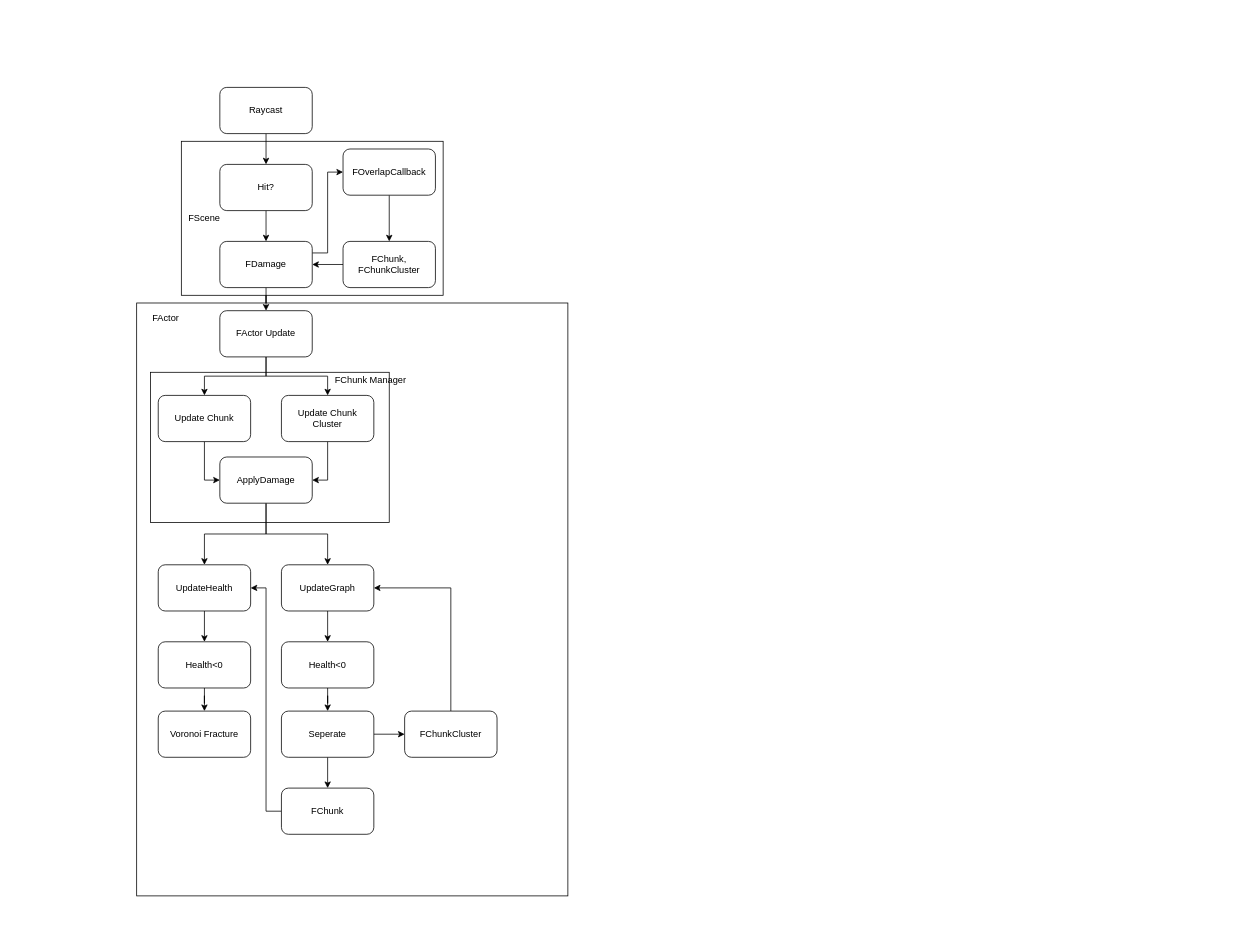
This is Diagram.drawio from hgl-pong/MyDestruction, a draw.io file, before an edit. Source tidied: cells renumbered, new cells numbered last; positions are measured from the earlier drawing's top-left corner, leaving out a move shared by most shapes. Both pictures are drawn from the tidied source at 77%, with x=0, y=0 at pixel (136, 87).
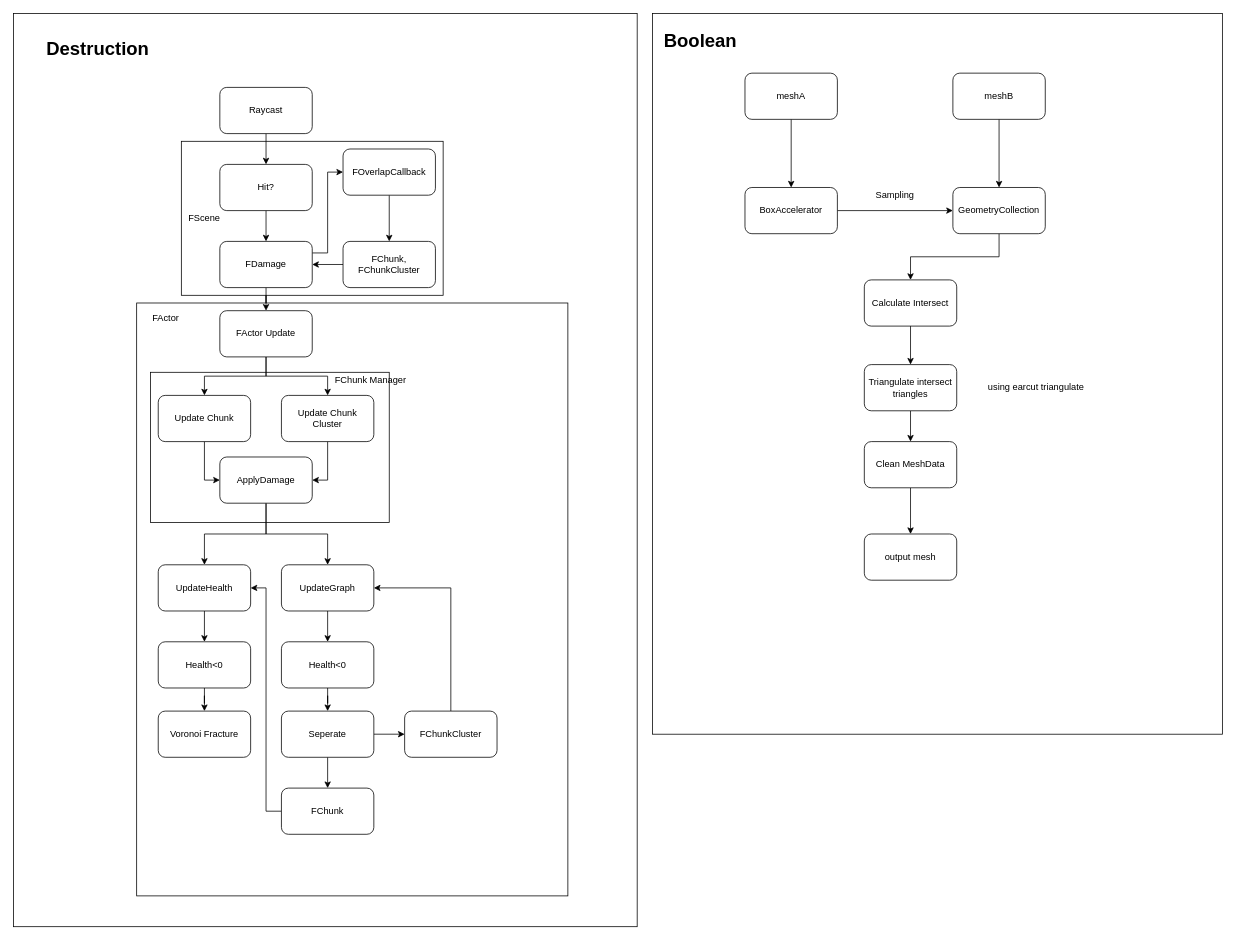
After the change.

Change to the diagram source:
```diff
@@
+    <mxCell id="45" style="rounded=0;whiteSpace=wrap;html=1;" parent="1" vertex="1">
+      <mxGeometry x="-160" y="-96" width="810" height="1186" as="geometry" />
+    </mxCell>
@@
+    <mxCell id="46" value="&lt;h1&gt;Destruction&lt;/h1&gt;" style="text;html=1;strokeColor=none;fillColor=none;spacing=5;spacingTop=-20;whiteSpace=wrap;overflow=hidden;rounded=0;" parent="1" vertex="1">
+      <mxGeometry x="-122" y="-70" width="190" height="120" as="geometry" />
+    </mxCell>
+    <mxCell id="47" style="rounded=0;whiteSpace=wrap;html=1;" parent="1" vertex="1">
+      <mxGeometry x="670" y="-96" width="740" height="936" as="geometry" />
+    </mxCell>
+    <mxCell id="48" value="&lt;h1&gt;Boolean&lt;/h1&gt;" style="text;html=1;strokeColor=none;fillColor=none;spacing=5;spacingTop=-20;whiteSpace=wrap;overflow=hidden;rounded=0;" parent="1" vertex="1">
+      <mxGeometry x="680" y="-80" width="190" height="120" as="geometry" />
+    </mxCell>
+    <mxCell id="49" style="edgeStyle=orthogonalEdgeStyle;rounded=0;jettySize=auto;html=1;exitX=0.5;exitY=1;exitDx=0;exitDy=0;entryX=0.5;entryY=0;entryDx=0;entryDy=0;" parent="1" edge="1" source="50" target="54">
+      <mxGeometry relative="1" as="geometry" />
+    </mxCell>
+    <mxCell id="50" value="meshA" style="rounded=1;whiteSpace=wrap;html=1;" parent="1" vertex="1">
+      <mxGeometry x="790" y="-18.5" width="120" height="60" as="geometry" />
+    </mxCell>
+    <mxCell id="51" style="edgeStyle=orthogonalEdgeStyle;rounded=0;jettySize=auto;html=1;" parent="1" edge="1" source="52" target="56">
+      <mxGeometry relative="1" as="geometry" />
+    </mxCell>
+    <mxCell id="52" value="meshB" style="rounded=1;whiteSpace=wrap;html=1;" parent="1" vertex="1">
+      <mxGeometry x="1060" y="-18.5" width="120" height="60" as="geometry" />
+    </mxCell>
+    <mxCell id="53" style="edgeStyle=orthogonalEdgeStyle;rounded=0;jettySize=auto;html=1;" parent="1" edge="1" source="54" target="56">
+      <mxGeometry relative="1" as="geometry" />
+    </mxCell>
+    <mxCell id="54" value="BoxAccelerator" style="rounded=1;whiteSpace=wrap;html=1;" parent="1" vertex="1">
+      <mxGeometry x="790" y="130" width="120" height="60" as="geometry" />
+    </mxCell>
+    <mxCell id="55" style="edgeStyle=orthogonalEdgeStyle;rounded=0;jettySize=auto;html=1;" parent="1" edge="1" source="56" target="59">
+      <mxGeometry relative="1" as="geometry" />
+    </mxCell>
+    <mxCell id="56" value="GeometryCollection" style="rounded=1;whiteSpace=wrap;html=1;" parent="1" vertex="1">
+      <mxGeometry x="1060" y="130" width="120" height="60" as="geometry" />
+    </mxCell>
+    <mxCell id="57" value="Sampling" style="text;html=1;strokeColor=none;fillColor=none;align=center;verticalAlign=middle;whiteSpace=wrap;rounded=0;" parent="1" vertex="1">
+      <mxGeometry x="965" y="130" width="40" height="20" as="geometry" />
+    </mxCell>
+    <mxCell id="58" style="edgeStyle=orthogonalEdgeStyle;rounded=0;jettySize=auto;html=1;" parent="1" edge="1" source="59" target="61">
+      <mxGeometry relative="1" as="geometry" />
+    </mxCell>
+    <mxCell id="59" value="Calculate Intersect" style="rounded=1;whiteSpace=wrap;html=1;" parent="1" vertex="1">
+      <mxGeometry x="945" y="250" width="120" height="60" as="geometry" />
+    </mxCell>
+    <mxCell id="60" style="edgeStyle=orthogonalEdgeStyle;rounded=0;jettySize=auto;html=1;" parent="1" edge="1" source="61" target="63">
+      <mxGeometry relative="1" as="geometry" />
+    </mxCell>
+    <mxCell id="61" value="Triangulate intersect triangles" style="rounded=1;whiteSpace=wrap;html=1;" parent="1" vertex="1">
+      <mxGeometry x="945" y="360" width="120" height="60" as="geometry" />
+    </mxCell>
+    <mxCell id="62" style="edgeStyle=orthogonalEdgeStyle;rounded=0;jettySize=auto;html=1;" parent="1" edge="1" source="63" target="64">
+      <mxGeometry relative="1" as="geometry" />
+    </mxCell>
+    <mxCell id="63" value="Clean MeshData" style="rounded=1;whiteSpace=wrap;html=1;" parent="1" vertex="1">
+      <mxGeometry x="945" y="460" width="120" height="60" as="geometry" />
+    </mxCell>
+    <mxCell id="64" value="output mesh" style="rounded=1;whiteSpace=wrap;html=1;" parent="1" vertex="1">
+      <mxGeometry x="945" y="580" width="120" height="60" as="geometry" />
+    </mxCell>
+    <mxCell id="65" value="using earcut triangulate&amp;nbsp;" style="text;html=1;strokeColor=none;fillColor=none;align=center;verticalAlign=middle;whiteSpace=wrap;rounded=0;" parent="1" vertex="1">
+      <mxGeometry x="1100" y="355" width="140" height="70" as="geometry" />
+    </mxCell>
```
